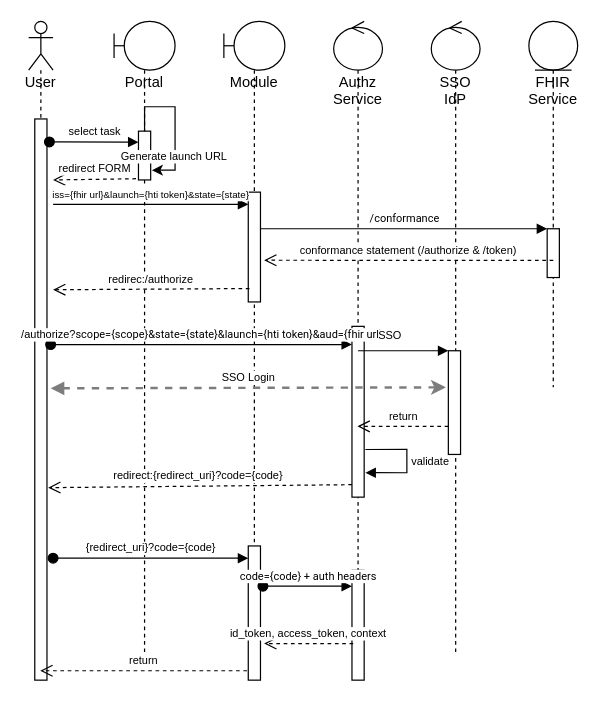
Before: topics/SMART on FHIR app launch and HTI.drawio in Koppeltaal/Koppeltaal-2.0-Specificaties-en-Architectuur, a draw.io diagram. Source tidied: cells renumbered, new cells numbered last; positions are measured from the earlier drawing's top-left corner, leaving out a move shared by most shapes. Both pictures are drawn from the tidied source at 122%, with x=0, y=0 at pixel (28, 21).
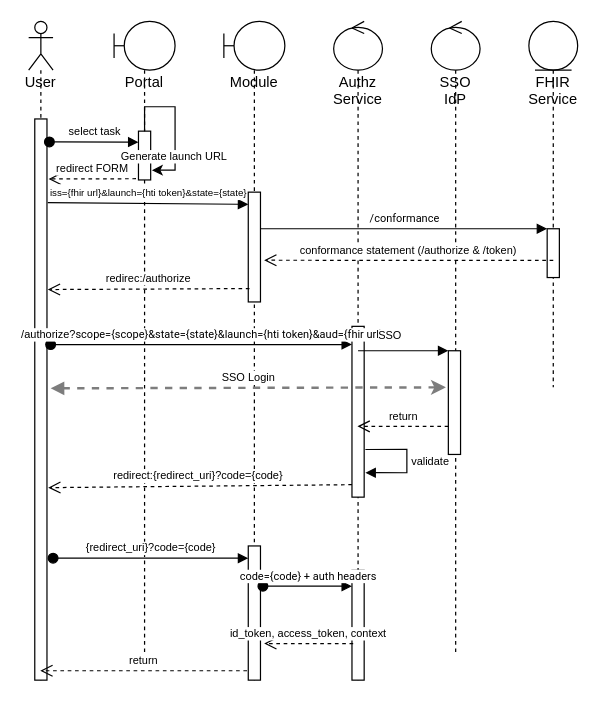
Above is the later version.

Unchanged cells that the change refers to:
```xml
<mxCell id="3" style="html=1;points=[];perimeter=orthogonalPerimeter;" parent="2" vertex="1">
  <mxGeometry x="5" y="80" width="10" height="460" as="geometry" />
</mxCell>
<mxCell id="5" style="html=1;points=[];perimeter=orthogonalPerimeter;" parent="4" vertex="1">
  <mxGeometry x="20" y="90" width="10" height="40" as="geometry" />
</mxCell>
<mxCell id="9" style="html=1;points=[];perimeter=orthogonalPerimeter;fontSize=9;" parent="8" vertex="1">
  <mxGeometry x="20" y="140" width="10" height="90" as="geometry" />
</mxCell>
```

Diff of the diagram source:
```diff
@@
-    <mxCell id="20" value="redirect FORM" style="html=1;verticalAlign=bottom;endArrow=open;dashed=1;endSize=8;rounded=0;exitX=-0.2;exitY=0.975;exitDx=0;exitDy=0;exitPerimeter=0;fontSize=9;" parent="1" edge="1" source="5">
-      <mxGeometry relative="1" as="geometry">
-        <mxPoint x="20" y="130" as="targetPoint" />
-      </mxGeometry>
+    <mxCell id="20" value="redirect FORM" style="html=1;verticalAlign=bottom;endArrow=open;dashed=1;endSize=8;rounded=0;exitX=-0.2;exitY=0.975;exitDx=0;exitDy=0;exitPerimeter=0;fontSize=9;entryX=1.133;entryY=0.107;entryDx=0;entryDy=0;entryPerimeter=0;" parent="1" edge="1" source="5" target="3">
+      <mxGeometry relative="1" as="geometry" />
     </mxCell>
-    <mxCell id="21" value="&lt;span style=&quot;text-align: start;&quot; id=&quot;docs-internal-guid-1505f8b8-7fff-2bb9-398f-21b4f6429415&quot;&gt;&lt;p style=&quot;line-height: 1.2; text-align: center; margin-top: 0pt; margin-bottom: 0pt;&quot; dir=&quot;ltr&quot;&gt;&lt;span style=&quot;font-family: Asap, sans-serif; font-variant-ligatures: normal; font-variant-east-asian: normal; font-variant-position: normal; vertical-align: baseline;&quot;&gt;&lt;font style=&quot;font-size: 8px;&quot;&gt;iss={fhir url}&amp;amp;launch={hti token}&amp;amp;state={state}&lt;/font&gt;&lt;/span&gt;&lt;/p&gt;&lt;/span&gt;" style="html=1;verticalAlign=bottom;endArrow=block;rounded=0;" parent="1" edge="1">
+    <mxCell id="21" value="&lt;span style=&quot;text-align: start;&quot; id=&quot;docs-internal-guid-1505f8b8-7fff-2bb9-398f-21b4f6429415&quot;&gt;&lt;p style=&quot;line-height: 1.2; text-align: center; margin-top: 0pt; margin-bottom: 0pt;&quot; dir=&quot;ltr&quot;&gt;&lt;span style=&quot;font-family: Asap, sans-serif; font-variant-ligatures: normal; font-variant-east-asian: normal; font-variant-position: normal; vertical-align: baseline;&quot;&gt;&lt;font style=&quot;font-size: 8px;&quot;&gt;iss={fhir url}&amp;amp;launch={hti token}&amp;amp;state={state}&lt;/font&gt;&lt;/span&gt;&lt;/p&gt;&lt;/span&gt;" style="html=1;verticalAlign=bottom;endArrow=block;rounded=0;exitX=1.067;exitY=0.149;exitDx=0;exitDy=0;exitPerimeter=0;" parent="1" edge="1" source="3">
       <mxGeometry relative="1" as="geometry">
-        <mxPoint x="20" y="150" as="sourcePoint" />
         <mxPoint x="180" y="150" as="targetPoint" />
       </mxGeometry>
     </mxCell>
@@
-    <mxCell id="28" value="redirec:/authorize" style="html=1;verticalAlign=bottom;endArrow=open;dashed=1;endSize=8;rounded=0;exitX=0.1;exitY=0.878;exitDx=0;exitDy=0;exitPerimeter=0;fontSize=9;" parent="1" edge="1" source="9">
-      <mxGeometry relative="1" as="geometry">
-        <mxPoint x="20" y="220" as="targetPoint" />
-      </mxGeometry>
+    <mxCell id="28" value="redirec:/authorize" style="html=1;verticalAlign=bottom;endArrow=open;dashed=1;endSize=8;rounded=0;exitX=0.1;exitY=0.878;exitDx=0;exitDy=0;exitPerimeter=0;fontSize=9;entryX=1.067;entryY=0.304;entryDx=0;entryDy=0;entryPerimeter=0;" parent="1" edge="1" source="9" target="3">
+      <mxGeometry relative="1" as="geometry" />
     </mxCell>
```
